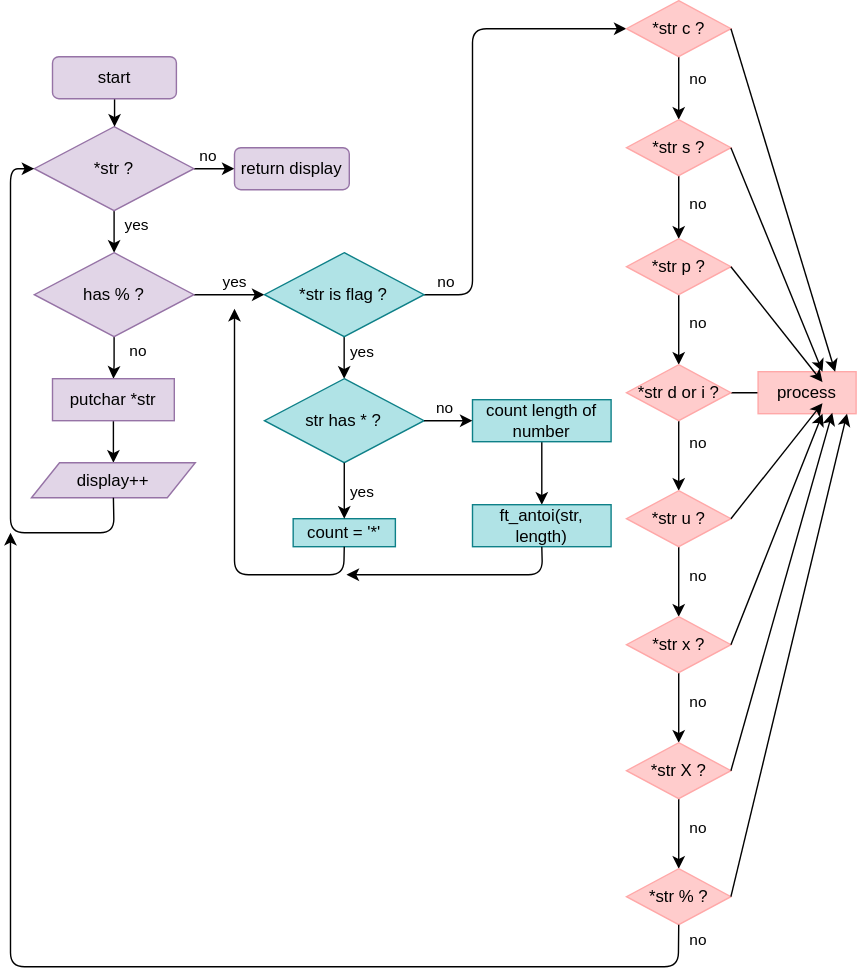
This is docs/flowchart.svg from agatocherry/printf, a draw.io export, as it was before one commit. Source tidied: cells renumbered, new cells last; positions are measured from the earlier drawing's top-left corner, leaving out a move shared by most shapes.
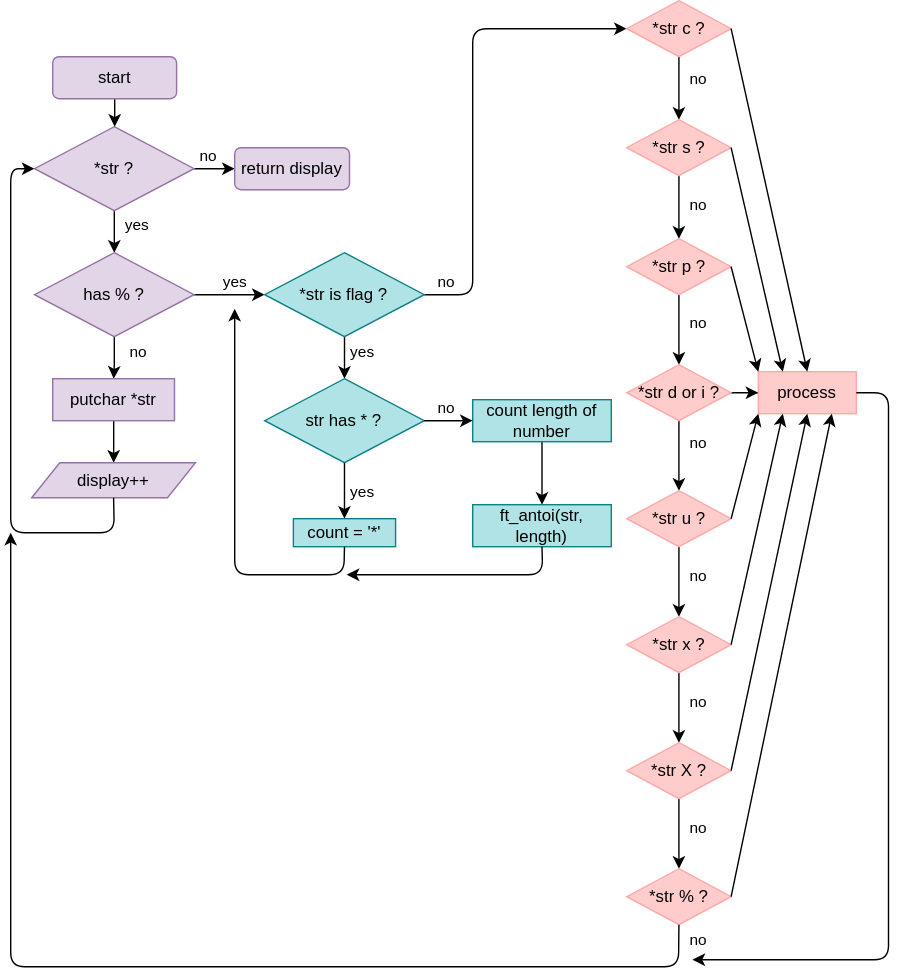
The same file after the commit.

Change to the diagram source:
```diff
@@ -180,10 +180,8 @@
         <mxPoint x="10" y="-3" as="offset" />
       </mxGeometry>
     </mxCell>
-    <mxCell id="46" style="edgeStyle=orthogonalEdgeStyle;rounded=0;jettySize=auto;html=1;" parent="1" edge="1" source="47">
-      <mxGeometry relative="1" as="geometry">
-        <mxPoint x="580" y="280" as="targetPoint" />
-      </mxGeometry>
+    <mxCell id="46" style="edgeStyle=orthogonalEdgeStyle;rounded=0;jettySize=auto;html=1;entryX=0;entryY=0.5;entryDx=0;entryDy=0;" parent="1" edge="1" source="47" target="60">
+      <mxGeometry relative="1" as="geometry" />
     </mxCell>
     <mxCell id="47" value="&lt;span&gt;*str d or i ?&lt;/span&gt;" style="rhombus;whiteSpace=wrap;html=1;fillColor=#ffcccc;strokeColor=#FFA8A8;labelBackgroundColor=none;labelBorderColor=none;" parent="1" vertex="1">
       <mxGeometry x="440" y="260" width="74.6" height="40" as="geometry" />
@@ -241,40 +239,35 @@
     <mxCell id="60" value="process" style="whiteSpace=wrap;html=1;strokeColor=#FFA8A8;fillColor=#ffcccc;" parent="1" vertex="1">
       <mxGeometry x="534" y="265" width="70" height="30" as="geometry" />
     </mxCell>
-    <mxCell id="61" style="endArrow=classic;html=1;exitX=1;exitY=0.5;exitDx=0;exitDy=0;entryX=0;entryY=0.75;entryDx=0;entryDy=0;" parent="1" edge="1" source="50">
-      <mxGeometry relative="1" as="geometry">
-        <mxPoint x="580" y="287.5" as="targetPoint" />
-      </mxGeometry>
+    <mxCell id="61" style="endArrow=classic;html=1;exitX=1;exitY=0.5;exitDx=0;exitDy=0;entryX=0;entryY=1;entryDx=0;entryDy=0;" parent="1" edge="1" source="50" target="60">
+      <mxGeometry relative="1" as="geometry" />
     </mxCell>
-    <mxCell id="62" style="endArrow=classic;html=1;exitX=1;exitY=0.5;exitDx=0;exitDy=0;entryX=0;entryY=0.25;entryDx=0;entryDy=0;" parent="1" edge="1" source="43">
-      <mxGeometry relative="1" as="geometry">
-        <mxPoint x="580" y="272.5" as="targetPoint" />
-      </mxGeometry>
+    <mxCell id="62" style="endArrow=classic;html=1;exitX=1;exitY=0.5;exitDx=0;exitDy=0;entryX=0;entryY=0;entryDx=0;entryDy=0;" parent="1" edge="1" source="43" target="60">
+      <mxGeometry relative="1" as="geometry" />
     </mxCell>
-    <mxCell id="63" style="endArrow=classic;html=1;exitX=1;exitY=0.5;exitDx=0;exitDy=0;entryX=0;entryY=0;entryDx=0;entryDy=0;" parent="1" edge="1" source="40">
-      <mxGeometry relative="1" as="geometry">
-        <mxPoint x="580" y="265" as="targetPoint" />
-      </mxGeometry>
+    <mxCell id="63" style="endArrow=classic;html=1;exitX=1;exitY=0.5;exitDx=0;exitDy=0;entryX=0.25;entryY=0;entryDx=0;entryDy=0;" parent="1" edge="1" source="40" target="60">
+      <mxGeometry relative="1" as="geometry" />
     </mxCell>
-    <mxCell id="64" style="endArrow=classic;html=1;exitX=1;exitY=0.5;exitDx=0;exitDy=0;entryX=0;entryY=1;entryDx=0;entryDy=0;" parent="1" edge="1" source="53">
-      <mxGeometry relative="1" as="geometry">
-        <mxPoint x="580" y="295" as="targetPoint" />
-      </mxGeometry>
+    <mxCell id="64" style="endArrow=classic;html=1;exitX=1;exitY=0.5;exitDx=0;exitDy=0;entryX=0.25;entryY=1;entryDx=0;entryDy=0;" parent="1" edge="1" source="53" target="60">
+      <mxGeometry relative="1" as="geometry" />
     </mxCell>
-    <mxCell id="65" style="endArrow=classic;html=1;exitX=1;exitY=0.5;exitDx=0;exitDy=0;entryX=0.1;entryY=0.978;entryDx=0;entryDy=0;entryPerimeter=0;" parent="1" edge="1" source="56">
-      <mxGeometry relative="1" as="geometry">
-        <mxPoint x="587" y="294.3" as="targetPoint" />
-      </mxGeometry>
+    <mxCell id="65" style="endArrow=classic;html=1;exitX=1;exitY=0.5;exitDx=0;exitDy=0;entryX=0.5;entryY=1;entryDx=0;entryDy=0;" parent="1" edge="1" source="56" target="60">
+      <mxGeometry relative="1" as="geometry" />
     </mxCell>
-    <mxCell id="66" style="endArrow=classic;html=1;exitX=1;exitY=0.5;exitDx=0;exitDy=0;entryX=0.25;entryY=1;entryDx=0;entryDy=0;" parent="1" edge="1" source="57">
-      <mxGeometry relative="1" as="geometry">
-        <mxPoint x="597.5" y="295" as="targetPoint" />
-      </mxGeometry>
+    <mxCell id="66" style="endArrow=classic;html=1;exitX=1;exitY=0.5;exitDx=0;exitDy=0;entryX=0.75;entryY=1;entryDx=0;entryDy=0;" parent="1" edge="1" source="57" target="60">
+      <mxGeometry relative="1" as="geometry" />
     </mxCell>
-    <mxCell id="67" style="endArrow=classic;html=1;exitX=1;exitY=0.5;exitDx=0;exitDy=0;entryX=0.129;entryY=0;entryDx=0;entryDy=0;entryPerimeter=0;" parent="1" edge="1" source="37">
-      <mxGeometry relative="1" as="geometry">
-        <mxPoint x="589" y="265" as="targetPoint" />
-      </mxGeometry>
+    <mxCell id="67" style="endArrow=classic;html=1;exitX=1;exitY=0.5;exitDx=0;exitDy=0;entryX=0.5;entryY=0;entryDx=0;entryDy=0;" parent="1" edge="1" source="37" target="60">
+      <mxGeometry relative="1" as="geometry" />
     </mxCell>
+    <mxCell id="68" style="endArrow=classic;html=1;exitX=1;exitY=0.5;exitDx=0;exitDy=0;" parent="1" edge="1" source="60">
+      <mxGeometry relative="1" as="geometry">
+        <mxPoint x="487" y="685" as="targetPoint" />
+        <Array as="points">
+          <mxPoint x="627" y="280" />
+          <mxPoint x="627" y="685" />
+        </Array>
+      </mxGeometry>
+    </mxCell>
   </root>
 </mxGraphModel>
```
